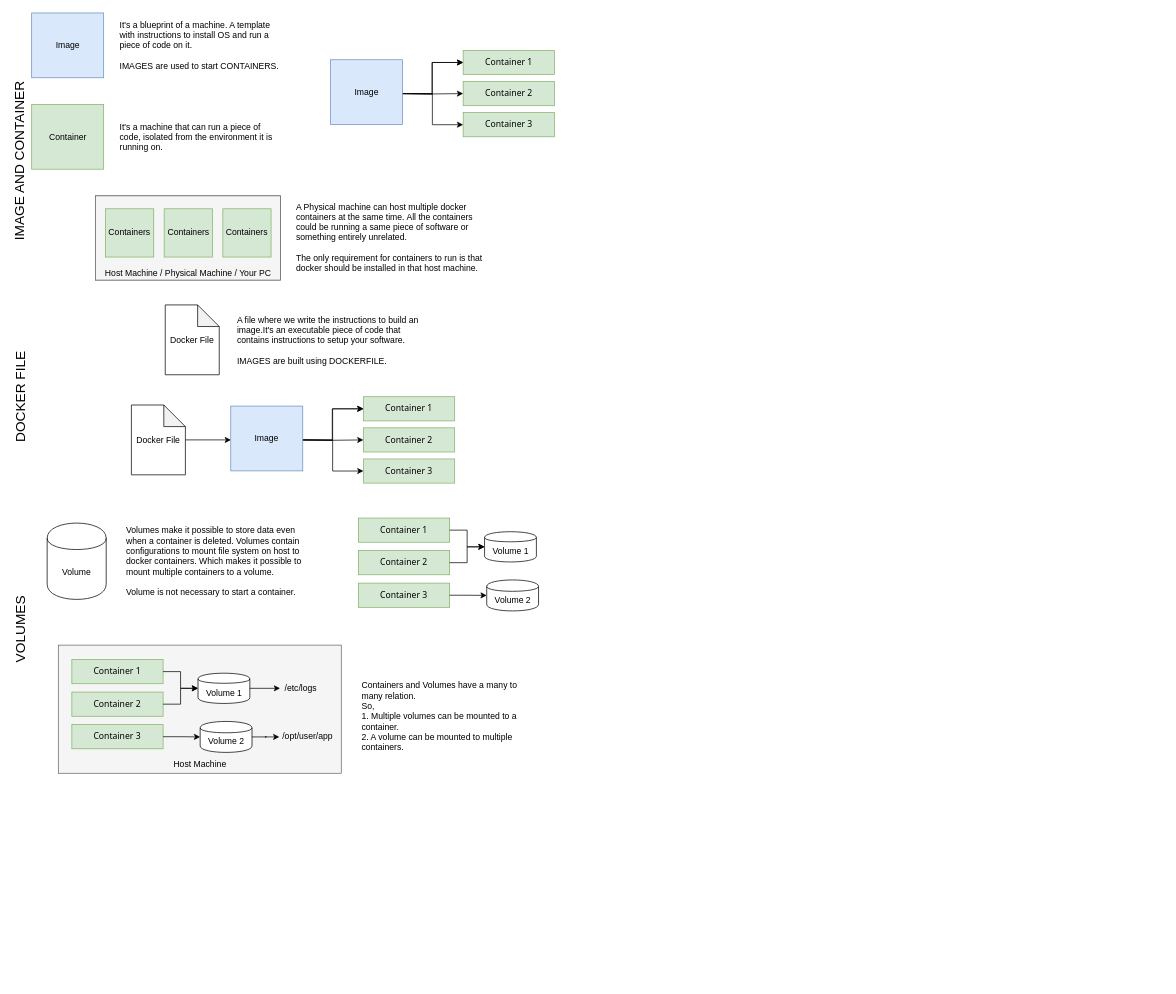
gauthamchettiar/notes keeps this draw.io diagram as page "Basics 1" (3 of 4) of resources/docker/docker.drawio. Above is the earlier version. Source tidied: cells renumbered, new cells numbered last; positions are measured from the earlier drawing's top-left corner, leaving out a move shared by most shapes. Both pictures are drawn from the tidied source at 72%, with x=0, y=0 at pixel (-98, 13). Pictures stored in the file or linked from it are replaced by grey dashed boxes.
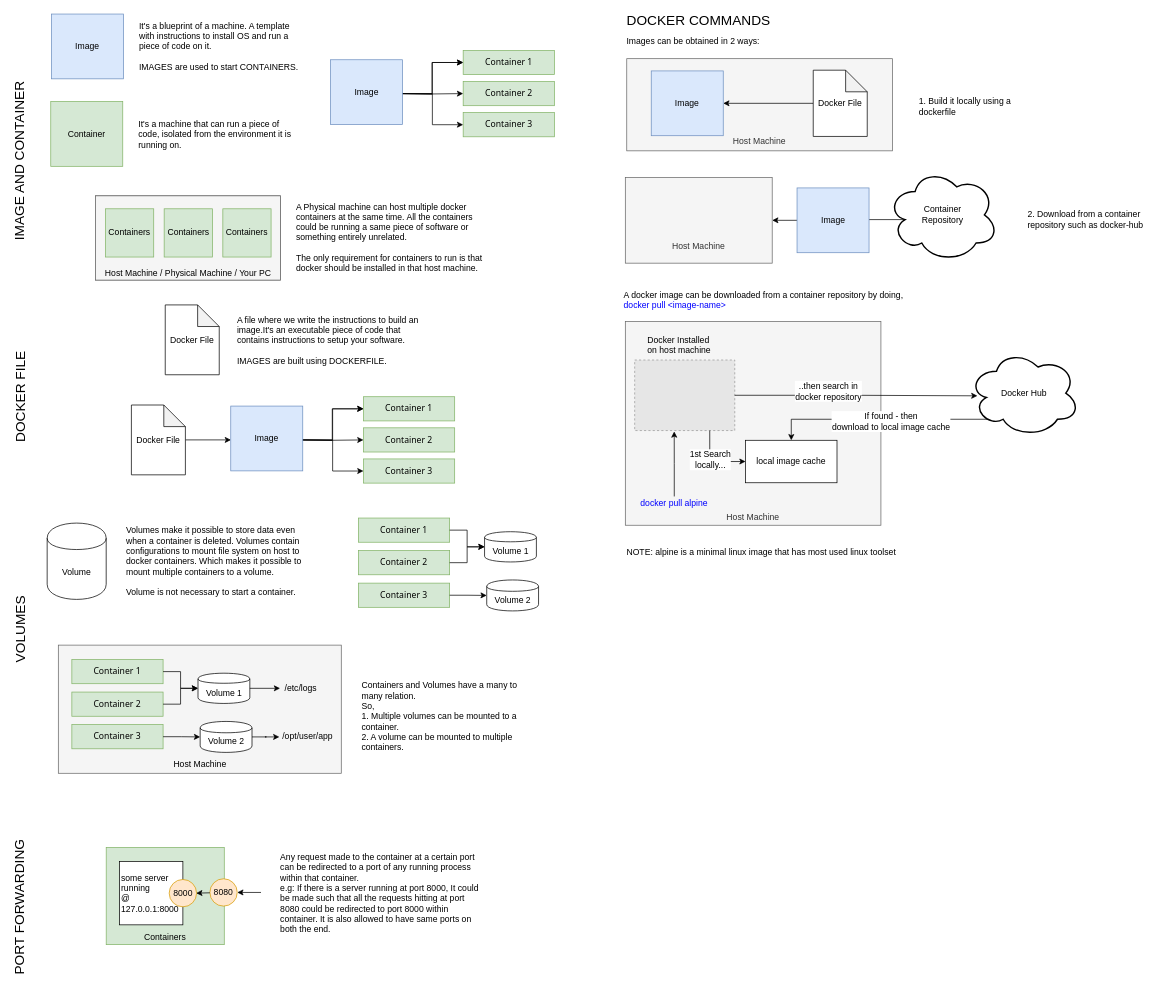
Above is the later version.

Commit message:
added docker command, docker pull

Change to the diagram source:
```diff
@@
     <mxCell id="2" style="group;" parent="1" vertex="1">
-      <mxGeometry x="179.5" y="126.5" width="350" height="90" as="geometry" />
+      <mxGeometry x="206" y="122.5" width="350" height="90" as="geometry" />
     </mxCell>
@@
     <mxCell id="5" style="group;" parent="1" vertex="1">
-      <mxGeometry x="179.5" y="-0.5" width="350" height="90" as="geometry" />
+      <mxGeometry x="207" y="1" width="350" height="90" as="geometry" />
     </mxCell>
@@
+    <mxCell id="75" value="PORT FORWARDING" style="text;html=1;strokeColor=none;fillColor=none;align=center;verticalAlign=middle;whiteSpace=wrap;rounded=0;rotation=-90;fontSize=19;" parent="1" vertex="1">
+      <mxGeometry x="61.5" y="1232" width="205" height="20" as="geometry" />
+    </mxCell>
+    <mxCell id="76" value="&lt;br&gt;&lt;div&gt;&lt;br&gt;&lt;/div&gt;&lt;div&gt;&lt;br&gt;&lt;/div&gt;&lt;div&gt;&lt;br&gt;&lt;/div&gt;&lt;div&gt;&lt;br&gt;&lt;/div&gt;&lt;div&gt;&lt;br&gt;&lt;/div&gt;&lt;div&gt;&lt;br&gt;&lt;/div&gt;&lt;div&gt;&lt;br&gt;&lt;/div&gt;&lt;div&gt;Containers&lt;/div&gt;" style="whiteSpace=wrap;html=1;fillColor=#d5e8d4;strokeColor=#82b366;" parent="1" vertex="1">
+      <mxGeometry x="283" y="1158.5" width="164" height="135" as="geometry" />
+    </mxCell>
+    <mxCell id="77" value="&lt;div align=&quot;center&quot;&gt;8080&lt;/div&gt;" style="ellipse;whiteSpace=wrap;html=1;align=center;fillColor=#ffe6cc;strokeColor=#d79b00;" parent="1" vertex="1">
+      <mxGeometry x="427" y="1202" width="38" height="38" as="geometry" />
+    </mxCell>
+    <mxCell id="78" style="group;" parent="1" vertex="1">
+      <mxGeometry x="301.5" y="1178" width="107" height="88" as="geometry" />
+    </mxCell>
+    <mxCell id="79" value="&lt;div align=&quot;left&quot;&gt;some server running &lt;br&gt;&lt;/div&gt;&lt;div align=&quot;left&quot;&gt;@ 127.0.0.1:8000&lt;/div&gt;" style="whiteSpace=wrap;html=1;align=left;" parent="78" vertex="1">
+      <mxGeometry width="88" height="88" as="geometry" />
+    </mxCell>
+    <mxCell id="80" value="&lt;div&gt;8000&lt;/div&gt;" style="ellipse;whiteSpace=wrap;html=1;align=center;fillColor=#ffe6cc;strokeColor=#d79b00;" parent="78" vertex="1">
+      <mxGeometry x="69" y="25" width="38" height="38" as="geometry" />
+    </mxCell>
+    <mxCell id="81" value="&lt;div&gt;Any request made to the container at a certain port can be redirected to a port of any running process within that container.&lt;/div&gt;&lt;div&gt;e.g: If there is a server running at port 8000, It could be made such that all the requests hitting at port 8080 could be redirected to port 8000 within container. It is also allowed to have same ports on both the end.&lt;br&gt;&lt;/div&gt;" style="text;html=1;whiteSpace=wrap;" parent="1" vertex="1">
+      <mxGeometry x="523" y="1158" width="279" height="126" as="geometry" />
+    </mxCell>
+    <mxCell id="82" style="endArrow=classic;html=1;fontSize=19;entryX=1;entryY=0.5;entryDx=0;entryDy=0;" parent="1" edge="1" target="77">
+      <mxGeometry relative="1" as="geometry">
+        <mxPoint x="498" y="1221" as="sourcePoint" />
+      </mxGeometry>
+    </mxCell>
+    <mxCell id="83" style="endArrow=classic;html=1;fontSize=19;" parent="1" edge="1">
+      <mxGeometry relative="1" as="geometry">
+        <mxPoint x="427" y="1221.5" as="sourcePoint" />
+        <mxPoint x="408" y="1222" as="targetPoint" />
+      </mxGeometry>
+    </mxCell>
+    <mxCell id="84" value="DOCKER COMMANDS" style="text;html=1;strokeColor=none;fillColor=none;align=center;verticalAlign=middle;whiteSpace=wrap;rounded=0;fontSize=19;" parent="1" vertex="1">
+      <mxGeometry x="994" y="1" width="224" height="20" as="geometry" />
+    </mxCell>
+    <mxCell id="85" value="&lt;div style=&quot;font-size: 12px;&quot;&gt;Images can be obtained in 2 ways:&lt;/div&gt;&lt;div style=&quot;font-size: 12px;&quot;&gt;&lt;br style=&quot;font-size: 12px;&quot;&gt;&lt;/div&gt;" style="text;html=1;align=left;verticalAlign=top;spacingTop=-4;fontSize=12;" parent="1" vertex="1">
+      <mxGeometry x="1004" y="28.5" width="303" height="46" as="geometry" />
+    </mxCell>
+    <mxCell id="86" value="&lt;div style=&quot;font-size: 12px;&quot;&gt;A docker image can be downloaded from a container repository by doing,&lt;/div&gt;&lt;div style=&quot;font-size: 12px;&quot;&gt;&lt;font style=&quot;font-size: 12px;&quot; color=&quot;#0000FF&quot;&gt;docker pull &amp;lt;image-name&amp;gt;&lt;/font&gt;&lt;br style=&quot;font-size: 12px;&quot;&gt;&lt;/div&gt;" style="text;html=1;align=left;verticalAlign=top;spacingTop=-4;fontSize=12;" parent="1" vertex="1">
+      <mxGeometry x="1000" y="382" width="626" height="46" as="geometry" />
+    </mxCell>
+    <mxCell id="87" value="NOTE: alpine is a minimal linux image that has most used linux toolset" style="text;html=1;strokeColor=none;fillColor=none;align=left;verticalAlign=middle;whiteSpace=wrap;rounded=0;fontSize=12;fontColor=#000000;" parent="1" vertex="1">
+      <mxGeometry x="1004" y="731.5" width="639" height="34" as="geometry" />
+    </mxCell>
+    <mxCell id="88" style="group;" parent="1" vertex="1">
+      <mxGeometry x="1006" y="63" width="557" height="142" as="geometry" />
+    </mxCell>
+    <mxCell id="89" style="group;fontSize=12;" parent="88" vertex="1">
+      <mxGeometry width="369" height="142" as="geometry" />
+    </mxCell>
+    <mxCell id="90" value="&lt;div&gt;&lt;br&gt;&lt;/div&gt;&lt;div&gt;&lt;br&gt;&lt;/div&gt;&lt;div style=&quot;font-size: 12px&quot;&gt;&lt;br style=&quot;font-size: 12px&quot;&gt;&lt;/div&gt;&lt;div style=&quot;font-size: 12px&quot;&gt;&lt;br style=&quot;font-size: 12px&quot;&gt;&lt;/div&gt;&lt;div style=&quot;font-size: 12px&quot;&gt;&lt;br style=&quot;font-size: 12px&quot;&gt;&lt;/div&gt;&lt;div style=&quot;font-size: 12px&quot;&gt;&lt;br style=&quot;font-size: 12px&quot;&gt;&lt;/div&gt;&lt;div style=&quot;font-size: 12px&quot;&gt;&lt;br style=&quot;font-size: 12px&quot;&gt;&lt;/div&gt;&lt;div style=&quot;font-size: 12px&quot;&gt;Host Machine&lt;/div&gt;" style="rounded=0;whiteSpace=wrap;html=1;fontSize=12;align=center;fillColor=#f5f5f5;strokeColor=#666666;fontColor=#333333;" parent="89" vertex="1">
+      <mxGeometry width="369" height="128" as="geometry" />
+    </mxCell>
+    <mxCell id="91" value="&lt;div style=&quot;font-size: 12px;&quot;&gt;Image&lt;/div&gt;" style="rounded=0;whiteSpace=wrap;html=1;fillColor=#dae8fc;strokeColor=#6c8ebf;fontSize=12;" parent="89" vertex="1">
+      <mxGeometry x="34" y="17" width="100" height="90" as="geometry" />
+    </mxCell>
+    <mxCell id="92" style="edgeStyle=orthogonalEdgeStyle;rounded=0;jettySize=auto;html=1;exitX=0;exitY=0.5;exitDx=0;exitDy=0;exitPerimeter=0;fontSize=12;" parent="89" edge="1" source="93" target="91">
+      <mxGeometry relative="1" as="geometry" />
+    </mxCell>
+    <mxCell id="93" value="&lt;div style=&quot;font-size: 12px;&quot;&gt;Docker File&lt;/div&gt;" style="shape=note;whiteSpace=wrap;html=1;backgroundOutline=1;darkOpacity=0.05;align=center;fontSize=12;" parent="89" vertex="1">
+      <mxGeometry x="259" y="16" width="75" height="92" as="geometry" />
+    </mxCell>
+    <mxCell id="94" value="1. Build it locally using a dockerfile" style="text;html=1;strokeColor=none;fillColor=none;align=left;verticalAlign=middle;whiteSpace=wrap;rounded=0;fontSize=12;" parent="88" vertex="1">
+      <mxGeometry x="404" y="57" width="153" height="20" as="geometry" />
+    </mxCell>
+    <mxCell id="95" style="group;" parent="1" vertex="1">
+      <mxGeometry x="1004" y="215" width="748" height="132" as="geometry" />
+    </mxCell>
+    <mxCell id="96" value="2. Download from a container repository such as docker-hub" style="text;html=1;strokeColor=none;fillColor=none;align=left;verticalAlign=middle;whiteSpace=wrap;rounded=0;fontSize=12;" parent="95" vertex="1">
+      <mxGeometry x="557" y="61" width="191" height="20" as="geometry" />
+    </mxCell>
+    <mxCell id="97" style="group;fontSize=12;" parent="95" vertex="1">
+      <mxGeometry width="518" height="132" as="geometry" />
+    </mxCell>
+    <mxCell id="98" value="&lt;div style=&quot;font-size: 12px;&quot;&gt;Container&lt;/div&gt;&lt;div style=&quot;font-size: 12px;&quot;&gt;Repository&lt;/div&gt;" style="ellipse;shape=cloud;strokeWidth=2;fontSize=12;whiteSpace=wrap;html=1;align=center;" parent="97" vertex="1">
+      <mxGeometry x="364" width="154" height="130" as="geometry" />
+    </mxCell>
+    <mxCell id="99" value="&lt;div&gt;&lt;br&gt;&lt;/div&gt;&lt;div&gt;&lt;br&gt;&lt;/div&gt;&lt;div style=&quot;font-size: 12px&quot;&gt;&lt;br style=&quot;font-size: 12px&quot;&gt;&lt;/div&gt;&lt;div style=&quot;font-size: 12px&quot;&gt;&lt;br style=&quot;font-size: 12px&quot;&gt;&lt;/div&gt;&lt;div style=&quot;font-size: 12px&quot;&gt;&lt;br style=&quot;font-size: 12px&quot;&gt;&lt;/div&gt;&lt;div style=&quot;font-size: 12px&quot;&gt;Host Machine&lt;/div&gt;" style="rounded=0;whiteSpace=wrap;html=1;fontSize=12;align=center;fillColor=#f5f5f5;strokeColor=#666666;fontColor=#333333;" parent="97" vertex="1">
+      <mxGeometry y="13" width="204" height="119" as="geometry" />
+    </mxCell>
+    <mxCell id="100" style="edgeStyle=orthogonalEdgeStyle;rounded=0;jettySize=auto;html=1;exitX=0.16;exitY=0.55;exitDx=0;exitDy=0;exitPerimeter=0;entryX=1;entryY=0.5;entryDx=0;entryDy=0;fontSize=12;" parent="97" edge="1" source="98" target="99">
+      <mxGeometry relative="1" as="geometry" />
+    </mxCell>
+    <mxCell id="101" value="&lt;div style=&quot;font-size: 12px;&quot;&gt;Image&lt;/div&gt;" style="rounded=0;whiteSpace=wrap;html=1;fillColor=#dae8fc;strokeColor=#6c8ebf;fontSize=12;" parent="97" vertex="1">
+      <mxGeometry x="238.5" y="27.5" width="100" height="90" as="geometry" />
+    </mxCell>
+    <mxCell id="102" style="group;" parent="1" vertex="1">
+      <mxGeometry x="1004" y="428" width="631" height="300" as="geometry" />
+    </mxCell>
+    <mxCell id="103" value="&lt;div&gt;&lt;br&gt;&lt;/div&gt;&lt;div&gt;&lt;br&gt;&lt;/div&gt;&lt;div&gt;&lt;br&gt;&lt;/div&gt;&lt;div&gt;&lt;br&gt;&lt;/div&gt;&lt;div&gt;&lt;br&gt;&lt;/div&gt;&lt;div&gt;&lt;br&gt;&lt;/div&gt;&lt;div&gt;&lt;br&gt;&lt;/div&gt;&lt;div style=&quot;font-size: 12px&quot;&gt;&lt;br style=&quot;font-size: 12px&quot;&gt;&lt;/div&gt;&lt;div style=&quot;font-size: 12px&quot;&gt;&lt;br style=&quot;font-size: 12px&quot;&gt;&lt;/div&gt;&lt;div style=&quot;font-size: 12px&quot;&gt;&lt;br style=&quot;font-size: 12px&quot;&gt;&lt;/div&gt;&lt;div style=&quot;font-size: 12px&quot;&gt;&lt;br style=&quot;font-size: 12px&quot;&gt;&lt;/div&gt;&lt;div style=&quot;font-size: 12px&quot;&gt;&lt;br style=&quot;font-size: 12px&quot;&gt;&lt;/div&gt;&lt;div style=&quot;font-size: 12px&quot;&gt;&lt;br style=&quot;font-size: 12px&quot;&gt;&lt;/div&gt;&lt;div style=&quot;font-size: 12px&quot;&gt;&lt;br style=&quot;font-size: 12px&quot;&gt;&lt;/div&gt;&lt;div style=&quot;font-size: 12px&quot;&gt;&lt;br style=&quot;font-size: 12px&quot;&gt;&lt;/div&gt;&lt;div style=&quot;font-size: 12px&quot;&gt;&lt;br style=&quot;font-size: 12px&quot;&gt;&lt;/div&gt;&lt;div style=&quot;font-size: 12px&quot;&gt;&lt;br style=&quot;font-size: 12px&quot;&gt;&lt;/div&gt;&lt;div style=&quot;font-size: 12px&quot;&gt;&lt;br style=&quot;font-size: 12px&quot;&gt;&lt;/div&gt;&lt;div style=&quot;font-size: 12px&quot;&gt;Host Machine&lt;/div&gt;" style="rounded=0;whiteSpace=wrap;html=1;fontSize=12;align=center;fillColor=#f5f5f5;strokeColor=#666666;fontColor=#333333;" parent="102" vertex="1">
+      <mxGeometry width="355" height="283" as="geometry" />
+    </mxCell>
+    <mxCell id="104" style="fillColor=#E6E6E6;strokeColor=#999999;dashed=1;verticalLabelPosition=bottom;verticalAlign=top;fontSize=12;align=left;" parent="102" vertex="1">
+      <mxGeometry x="13" y="53.5" width="139" height="98" as="geometry" />
+    </mxCell>
+    <mxCell id="105" value="&lt;div style=&quot;font-size: 12px;&quot;&gt;Docker Installed&lt;/div&gt;&lt;div style=&quot;font-size: 12px;&quot;&gt;on host machine&lt;br style=&quot;font-size: 12px;&quot;&gt;&lt;/div&gt;" style="text;html=1;align=left;verticalAlign=top;spacingTop=-4;fontSize=12;" parent="102" vertex="1">
+      <mxGeometry x="28.5" y="16" width="149" height="46" as="geometry" />
+    </mxCell>
+    <mxCell id="106" style="edgeStyle=orthogonalEdgeStyle;rounded=0;jettySize=auto;html=1;entryX=0.395;entryY=1.013;entryDx=0;entryDy=0;entryPerimeter=0;fontSize=12;fontColor=#000000;" parent="102" edge="1" source="107" target="104">
+      <mxGeometry relative="1" as="geometry" />
+    </mxCell>
+    <mxCell id="107" value="docker pull alpine" style="text;html=1;strokeColor=none;fillColor=none;align=center;verticalAlign=middle;whiteSpace=wrap;rounded=0;fontSize=12;fontColor=#0000FF;" parent="102" vertex="1">
+      <mxGeometry x="13" y="243" width="110" height="20" as="geometry" />
+    </mxCell>
+    <mxCell id="108" value="&lt;div style=&quot;font-size: 12px;&quot; align=&quot;center&quot;&gt;local image cache&lt;/div&gt;" style="rounded=0;whiteSpace=wrap;html=1;fontSize=12;fontColor=#000000;align=center;" parent="102" vertex="1">
+      <mxGeometry x="167" y="165" width="127" height="59" as="geometry" />
+    </mxCell>
+    <mxCell id="109" style="edgeStyle=orthogonalEdgeStyle;rounded=0;jettySize=auto;html=1;exitX=0.75;exitY=1;exitDx=0;exitDy=0;entryX=0;entryY=0.5;entryDx=0;entryDy=0;fontSize=12;fontColor=#0000FF;" parent="102" edge="1" source="104" target="108">
+      <mxGeometry relative="1" as="geometry" />
+    </mxCell>
+    <mxCell id="110" value="&lt;div style=&quot;font-size: 12px;&quot;&gt;1st Search&lt;/div&gt;&lt;div style=&quot;font-size: 12px;&quot;&gt;locally...&lt;br style=&quot;font-size: 12px;&quot;&gt;&lt;/div&gt;" style="text;html=1;align=center;verticalAlign=middle;labelBackgroundColor=#ffffff;fontSize=12;fontColor=#000000;" parent="109" vertex="1">
+      <mxGeometry x="-0.14" relative="1" as="geometry" />
+    </mxCell>
+    <mxCell id="111" style="edgeStyle=orthogonalEdgeStyle;rounded=0;jettySize=auto;html=1;fontSize=12;fontColor=#000000;entryX=0.5;entryY=0;entryDx=0;entryDy=0;exitX=0.31;exitY=0.8;exitDx=0;exitDy=0;exitPerimeter=0;" parent="102" edge="1" source="113" target="108">
+      <mxGeometry relative="1" as="geometry" />
+    </mxCell>
+    <mxCell id="112" value="&lt;div style=&quot;font-size: 12px;&quot;&gt;If found - then&lt;br style=&quot;font-size: 12px;&quot;&gt; &lt;/div&gt;&lt;div style=&quot;font-size: 12px;&quot;&gt;download to local image cache&lt;br style=&quot;font-size: 12px;&quot;&gt;&lt;/div&gt;" style="text;html=1;align=center;verticalAlign=middle;labelBackgroundColor=#ffffff;fontSize=12;fontColor=#000000;" parent="111" vertex="1">
+      <mxGeometry x="-0.43" relative="1" as="geometry">
+        <mxPoint x="-64" y="2.5" as="offset" />
+      </mxGeometry>
+    </mxCell>
+    <mxCell id="113" value="Docker Hub" style="ellipse;shape=cloud;strokeWidth=2;fontSize=12;whiteSpace=wrap;html=1;align=center;" parent="102" vertex="1">
+      <mxGeometry x="477" y="39" width="154" height="121" as="geometry" />
+    </mxCell>
+    <mxCell id="114" style="edgeStyle=orthogonalEdgeStyle;rounded=0;jettySize=auto;html=1;exitX=1;exitY=0.5;exitDx=0;exitDy=0;fontSize=12;fontColor=#000000;entryX=0.078;entryY=0.531;entryDx=0;entryDy=0;entryPerimeter=0;" parent="102" edge="1" source="104" target="113">
+      <mxGeometry relative="1" as="geometry" />
+    </mxCell>
+    <mxCell id="115" value="&lt;div style=&quot;font-size: 12px;&quot;&gt;..then search in &lt;br style=&quot;font-size: 12px;&quot;&gt;&lt;/div&gt;&lt;div style=&quot;font-size: 12px;&quot;&gt;docker repository&lt;br style=&quot;font-size: 12px;&quot;&gt;&lt;/div&gt;" style="text;html=1;align=center;verticalAlign=middle;labelBackgroundColor=#ffffff;fontSize=12;fontColor=#000000;" parent="114" vertex="1">
+      <mxGeometry x="-0.18" y="6" relative="1" as="geometry">
+        <mxPoint x="-9.5" y="-0.5" as="offset" />
+      </mxGeometry>
+    </mxCell>
```
